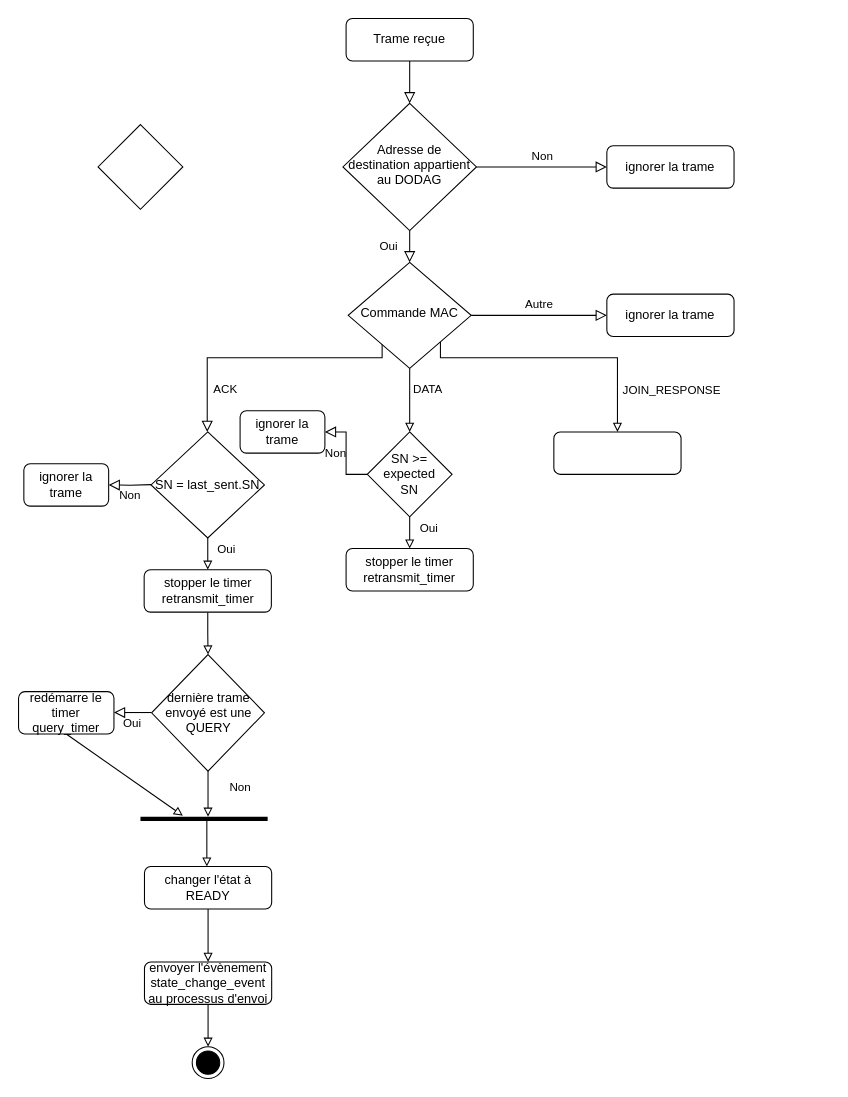
Earlier version of the draw.io diagram memoire/res/loramac_rpl_root_activity.drawio (ArnaudPalgen/ma2_memoire). Source tidied: cells renumbered, new cells numbered last; positions are measured from the earlier drawing's top-left corner, leaving out a move shared by most shapes. Both pictures are drawn from the tidied source at 106%, with x=0, y=0 at pixel (18, 18).
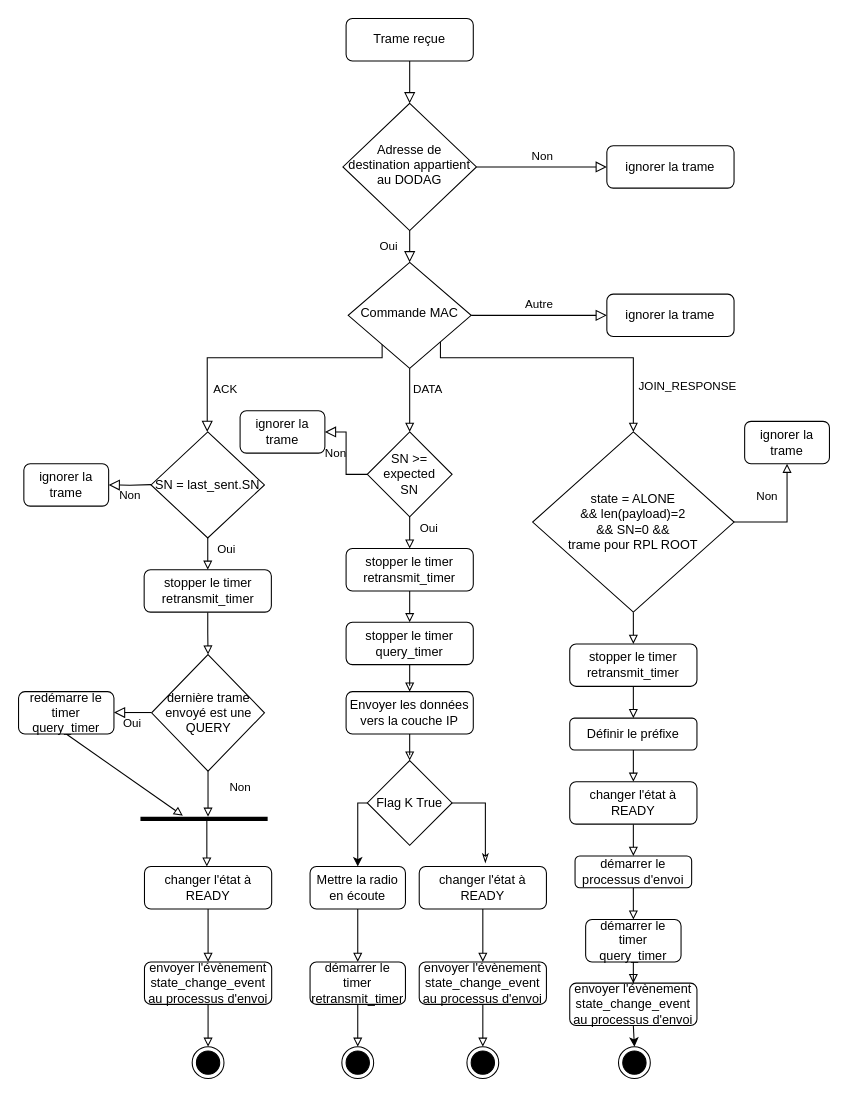
The same page after the edit.

Commit message:
continue diagram

The change refers to these unchanged cells:
```xml
<mxCell id="14" value="Commande MAC" style="rhombus;whiteSpace=wrap;html=1;shadow=0;fontFamily=Helvetica;fontSize=12;align=center;strokeWidth=1;spacing=6;spacingTop=-4;" parent="1" vertex="1">
  <mxGeometry x="311" y="230" width="116" height="100" as="geometry" />
</mxCell>
<mxCell id="39" value="stopper le timer retransmit_timer" style="rounded=1;whiteSpace=wrap;html=1;fontSize=12;glass=0;strokeWidth=1;shadow=0;" parent="1" vertex="1">
  <mxGeometry x="309" y="500" width="120" height="40" as="geometry" />
</mxCell>
```

The edit, as a diff of the source:
```diff
@@
-    <mxCell id="12" style="edgeStyle=orthogonalEdgeStyle;rounded=0;jettySize=auto;html=1;exitX=1;exitY=1;exitDx=0;exitDy=0;entryX=0.5;entryY=0;entryDx=0;entryDy=0;endArrow=block;endFill=0;" parent="1" edge="1" source="14" target="18">
+    <mxCell id="12" style="edgeStyle=orthogonalEdgeStyle;rounded=0;jettySize=auto;html=1;exitX=1;exitY=1;exitDx=0;exitDy=0;entryX=0.5;entryY=0;entryDx=0;entryDy=0;endArrow=block;endFill=0;" parent="1" edge="1" source="14" target="19">
       <mxGeometry relative="1" as="geometry">
         <Array as="points">
           <mxPoint x="398" y="320" />
-          <mxPoint x="565" y="320" />
+          <mxPoint x="580" y="320" />
         </Array>
       </mxGeometry>
     </mxCell>
@@
-    <mxCell id="18" style="rounded=1;whiteSpace=wrap;html=1;" parent="1" vertex="1">
-      <mxGeometry x="505" y="390" width="120" height="40" as="geometry" />
-    </mxCell>
+    <mxCell id="44" style="edgeStyle=orthogonalEdgeStyle;rounded=0;jettySize=auto;html=1;entryX=0.5;entryY=1;entryDx=0;entryDy=0;endArrow=block;endFill=0;" parent="1" edge="1" source="19" target="67">
+      <mxGeometry relative="1" as="geometry" />
+    </mxCell>
+    <mxCell id="45" value="Non" style="edgeLabel;html=1;align=center;verticalAlign=middle;" parent="44" vertex="1">
+      <mxGeometry x="0.3" relative="1" as="geometry">
+        <mxPoint x="-20" y="-7" as="offset" />
+      </mxGeometry>
+    </mxCell>
+    <mxCell id="46" style="edgeStyle=orthogonalEdgeStyle;rounded=0;jettySize=auto;html=1;entryX=0.5;entryY=0;entryDx=0;entryDy=0;endArrow=block;endFill=0;" parent="1" edge="1" source="19" target="72">
+      <mxGeometry relative="1" as="geometry" />
+    </mxCell>
-    <mxCell id="19" style="rhombus;whiteSpace=wrap;html=1;" parent="1" vertex="1">
-      <mxGeometry x="75" y="100" width="80" height="80" as="geometry" />
+    <mxCell id="19" value="state = ALONE&lt;br&gt;&amp;amp;&amp;amp; len(payload)=2&lt;br&gt;&amp;amp;&amp;amp; SN=0 &amp;amp;&amp;amp;&lt;br&gt;trame pour RPL ROOT" style="rhombus;whiteSpace=wrap;html=1;" parent="1" vertex="1">
+      <mxGeometry x="485" y="390" width="190" height="170" as="geometry" />
     </mxCell>
@@
+    <mxCell id="47" style="edgeStyle=none;rounded=0;jettySize=auto;html=1;entryX=0.5;entryY=0;entryDx=0;entryDy=0;endArrow=block;endFill=0;" parent="1" edge="1" source="39" target="49">
+      <mxGeometry relative="1" as="geometry" />
+    </mxCell>
@@
+    <mxCell id="48" style="edgeStyle=orthogonalEdgeStyle;rounded=0;jettySize=auto;html=1;entryX=0.5;entryY=0;entryDx=0;entryDy=0;endArrow=block;endFill=0;" parent="1" edge="1" source="49" target="51">
+      <mxGeometry relative="1" as="geometry" />
+    </mxCell>
+    <mxCell id="49" value="stopper le timer query_timer" style="rounded=1;whiteSpace=wrap;html=1;fontSize=12;glass=0;strokeWidth=1;shadow=0;" parent="1" vertex="1">
+      <mxGeometry x="309" y="569.5" width="120" height="40" as="geometry" />
+    </mxCell>
+    <mxCell id="50" style="edgeStyle=orthogonalEdgeStyle;rounded=0;jettySize=auto;html=1;entryX=0.5;entryY=0;entryDx=0;entryDy=0;endArrow=block;endFill=0;" parent="1" edge="1" source="51" target="52">
+      <mxGeometry relative="1" as="geometry" />
+    </mxCell>
+    <mxCell id="51" value="Envoyer les données vers la couche IP" style="rounded=1;whiteSpace=wrap;html=1;fontSize=12;glass=0;strokeWidth=1;shadow=0;" parent="1" vertex="1">
+      <mxGeometry x="309" y="635" width="120" height="40" as="geometry" />
+    </mxCell>
+    <mxCell id="52" value="Flag K True" style="rhombus;whiteSpace=wrap;html=1;" parent="1" vertex="1">
+      <mxGeometry x="329" y="700" width="80" height="80" as="geometry" />
+    </mxCell>
+    <mxCell id="53" style="edgeStyle=elbowEdgeStyle;rounded=0;jettySize=auto;html=1;entryX=0.5;entryY=0;entryDx=0;entryDy=0;endArrow=block;endFill=0;" parent="1" edge="1" source="54" target="55">
+      <mxGeometry relative="1" as="geometry" />
+    </mxCell>
+    <mxCell id="54" value="Mettre la radio en écoute" style="rounded=1;whiteSpace=wrap;html=1;fontSize=12;glass=0;strokeWidth=1;shadow=0;" parent="1" vertex="1">
+      <mxGeometry x="275" y="800" width="90" height="40" as="geometry" />
+    </mxCell>
+    <mxCell id="55" value="démarrer le timer retransmit_timer" style="rounded=1;whiteSpace=wrap;html=1;fontSize=12;glass=0;strokeWidth=1;shadow=0;" parent="1" vertex="1">
+      <mxGeometry x="275" y="890" width="90" height="40" as="geometry" />
+    </mxCell>
+    <mxCell id="56" style="endArrow=classic;html=1;entryX=0.5;entryY=0;entryDx=0;entryDy=0;exitX=0;exitY=0.5;exitDx=0;exitDy=0;edgeStyle=orthogonalEdgeStyle;rounded=0;" parent="1" edge="1" source="52" target="54">
+      <mxGeometry relative="1" as="geometry">
+        <Array as="points">
+          <mxPoint x="320" y="740" />
+        </Array>
+      </mxGeometry>
+    </mxCell>
+    <mxCell id="57" style="edgeStyle=none;rounded=0;jettySize=auto;html=1;endArrow=block;endFill=0;" parent="1" edge="1" source="58" target="60">
+      <mxGeometry relative="1" as="geometry" />
+    </mxCell>
+    <mxCell id="58" value="changer l'état à READY" style="rounded=1;whiteSpace=wrap;html=1;" parent="1" vertex="1">
+      <mxGeometry x="378" y="800" width="120" height="40" as="geometry" />
+    </mxCell>
+    <mxCell id="59" style="edgeStyle=none;rounded=0;jettySize=auto;html=1;entryX=0.5;entryY=0;entryDx=0;entryDy=0;endArrow=block;endFill=0;" parent="1" edge="1" source="60" target="61">
+      <mxGeometry relative="1" as="geometry" />
+    </mxCell>
+    <mxCell id="60" value="envoyer l'évènement state_change_event&lt;br&gt;au processus d'envoi" style="rounded=1;whiteSpace=wrap;html=1;" parent="1" vertex="1">
+      <mxGeometry x="378" y="890" width="120" height="40" as="geometry" />
+    </mxCell>
+    <mxCell id="61" style="ellipse;html=1;shape=endState;fillColor=#000000;strokeColor=#000000;" parent="1" vertex="1">
+      <mxGeometry x="423" y="970" width="30" height="30" as="geometry" />
+    </mxCell>
+    <mxCell id="62" style="endArrow=classicThin;html=1;entryX=0.52;entryY=-0.086;entryDx=0;entryDy=0;entryPerimeter=0;exitX=1;exitY=0.5;exitDx=0;exitDy=0;rounded=0;edgeStyle=orthogonalEdgeStyle;endFill=0;" parent="1" edge="1" source="52" target="58">
+      <mxGeometry relative="1" as="geometry" />
+    </mxCell>
+    <mxCell id="63" style="edgeStyle=none;rounded=0;jettySize=auto;html=1;entryX=0.5;entryY=0;entryDx=0;entryDy=0;endArrow=block;endFill=0;" parent="1" edge="1" target="64">
+      <mxGeometry relative="1" as="geometry">
+        <mxPoint x="320" y="930" as="sourcePoint" />
+      </mxGeometry>
+    </mxCell>
+    <mxCell id="64" style="ellipse;html=1;shape=endState;fillColor=#000000;strokeColor=#000000;" parent="1" vertex="1">
+      <mxGeometry x="305" y="970" width="30" height="30" as="geometry" />
+    </mxCell>
+    <mxCell id="65" style="edgeStyle=orthogonalEdgeStyle;rounded=0;jettySize=auto;html=1;endArrow=block;endFill=0;" parent="1" edge="1" source="66" target="69">
+      <mxGeometry relative="1" as="geometry" />
+    </mxCell>
+    <mxCell id="66" value="Définir le préfixe" style="rounded=1;whiteSpace=wrap;html=1;" parent="1" vertex="1">
+      <mxGeometry x="520" y="660" width="120" height="30" as="geometry" />
+    </mxCell>
+    <mxCell id="67" value="ignorer la trame" style="rounded=1;whiteSpace=wrap;html=1;fontSize=12;glass=0;strokeWidth=1;shadow=0;" parent="1" vertex="1">
+      <mxGeometry x="685" y="380" width="80" height="40" as="geometry" />
+    </mxCell>
+    <mxCell id="68" style="edgeStyle=orthogonalEdgeStyle;rounded=0;jettySize=auto;html=1;entryX=0.5;entryY=0;entryDx=0;entryDy=0;endArrow=block;endFill=0;" parent="1" edge="1" source="69" target="76">
+      <mxGeometry relative="1" as="geometry" />
+    </mxCell>
+    <mxCell id="69" value="changer l'état à READY" style="rounded=1;whiteSpace=wrap;html=1;" parent="1" vertex="1">
+      <mxGeometry x="520" y="720" width="120" height="40" as="geometry" />
+    </mxCell>
+    <mxCell id="70" value="envoyer l'évènement state_change_event&lt;br&gt;au processus d'envoi" style="rounded=1;whiteSpace=wrap;html=1;" parent="1" vertex="1">
+      <mxGeometry x="520" y="910" width="120" height="40" as="geometry" />
+    </mxCell>
+    <mxCell id="71" style="edgeStyle=orthogonalEdgeStyle;rounded=0;jettySize=auto;html=1;entryX=0.5;entryY=0;entryDx=0;entryDy=0;endArrow=block;endFill=0;" parent="1" edge="1" source="72" target="66">
+      <mxGeometry relative="1" as="geometry" />
+    </mxCell>
+    <mxCell id="72" value="stopper le timer retransmit_timer" style="rounded=1;whiteSpace=wrap;html=1;fontSize=12;glass=0;strokeWidth=1;shadow=0;" parent="1" vertex="1">
+      <mxGeometry x="520" y="590" width="120" height="40" as="geometry" />
+    </mxCell>
+    <mxCell id="73" style="edgeStyle=orthogonalEdgeStyle;rounded=0;jettySize=auto;html=1;entryX=0.5;entryY=0;entryDx=0;entryDy=0;endArrow=block;endFill=0;" parent="1" edge="1" source="74" target="70">
+      <mxGeometry relative="1" as="geometry" />
+    </mxCell>
+    <mxCell id="74" value="démarrer le timer query_timer" style="rounded=1;whiteSpace=wrap;html=1;fontSize=12;glass=0;strokeWidth=1;shadow=0;" parent="1" vertex="1">
+      <mxGeometry x="535" y="850" width="90" height="40" as="geometry" />
+    </mxCell>
+    <mxCell id="75" style="edgeStyle=orthogonalEdgeStyle;rounded=0;jettySize=auto;html=1;entryX=0.5;entryY=0;entryDx=0;entryDy=0;endArrow=block;endFill=0;" parent="1" edge="1" source="76" target="74">
+      <mxGeometry relative="1" as="geometry" />
+    </mxCell>
+    <mxCell id="76" value="démarrer le processus d'envoi" style="rounded=1;whiteSpace=wrap;html=1;" parent="1" vertex="1">
+      <mxGeometry x="525" y="790" width="110" height="30" as="geometry" />
+    </mxCell>
+    <mxCell id="77" style="ellipse;html=1;shape=endState;fillColor=#000000;strokeColor=#000000;" parent="1" vertex="1">
+      <mxGeometry x="566" y="970" width="30" height="30" as="geometry" />
+    </mxCell>
+    <mxCell id="78" style="endArrow=classic;html=1;entryX=0.5;entryY=0;entryDx=0;entryDy=0;exitX=0.5;exitY=1;exitDx=0;exitDy=0;" parent="1" edge="1" source="70" target="77">
+      <mxGeometry relative="1" as="geometry" />
+    </mxCell>
```
